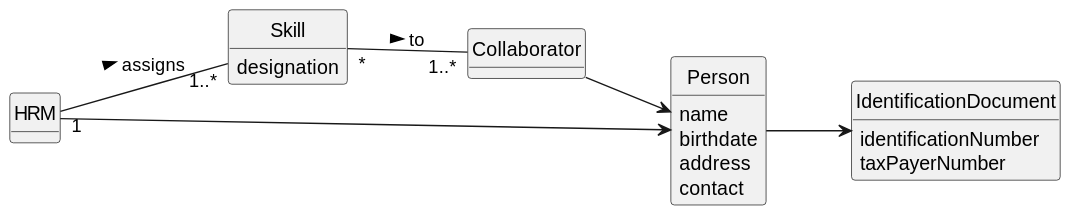
Above: docs/sprintA/us004/02.analysis/svg/us004-domain-model.svg in ricardomm7/leaflink (PlantUML), before the change.
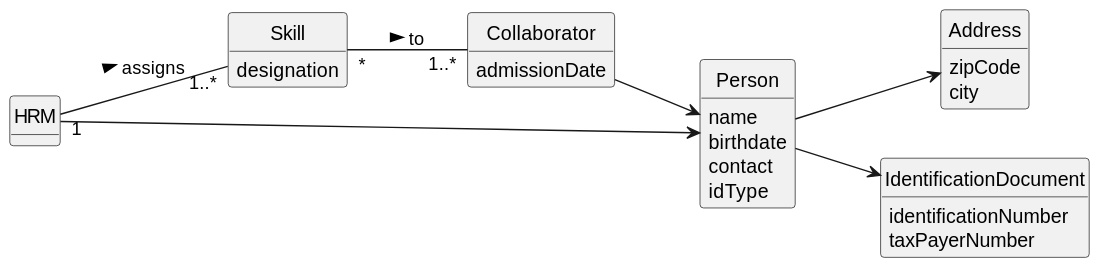
Above is the later version.

Commit message:
LFC2-82 <Project domain model updates.>

Diff of the diagram source:
```diff
@@ -17,20 +17,27 @@
 }
 
 class Collaborator {
+    admissionDate
+}
 
-}
 class Person {
     name
     birthdate
-    address
     contact
+    idType
+}
 
+class Address{
+    zipCode
+    city
 }
 
 class IdentificationDocument{
   identificationNumber
   taxPayerNumber
 }
+
+Person --> Address
 HRM "1" -- "1..*" Skill : assigns >
 HRM  -->  Person
 Collaborator  -->  Person
```
